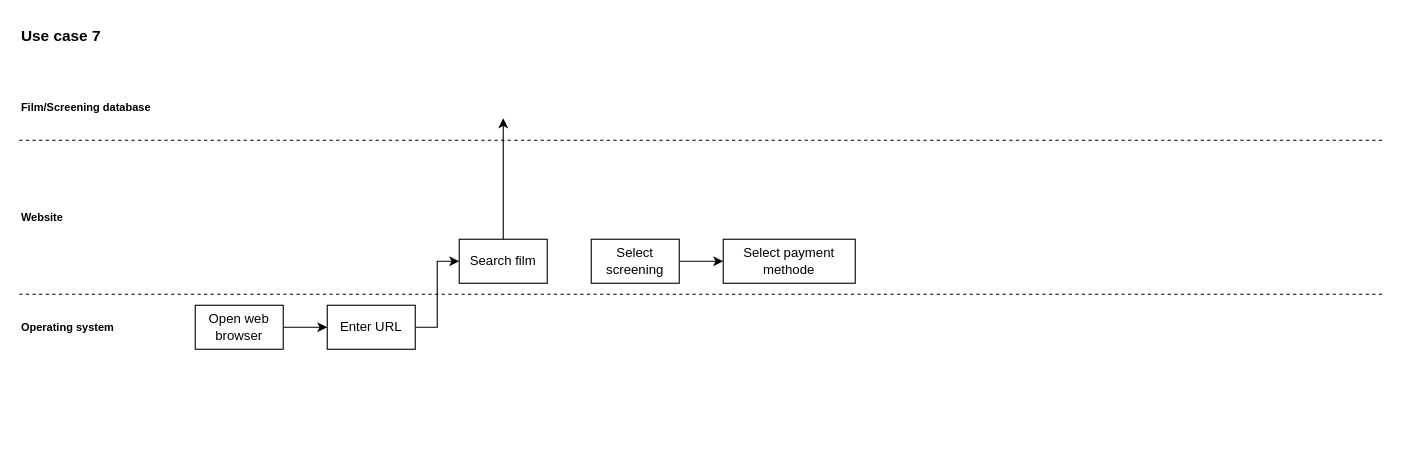
Earlier version of the draw.io diagram Use case 7.drawio (BasGosman-Calco/Business-Analyses). Source tidied: cells renumbered, new cells numbered last; positions are measured from the earlier drawing's top-left corner, leaving out a move shared by most shapes. Both pictures are drawn from the tidied source at 110%, with x=0, y=0 at pixel (19, 19).
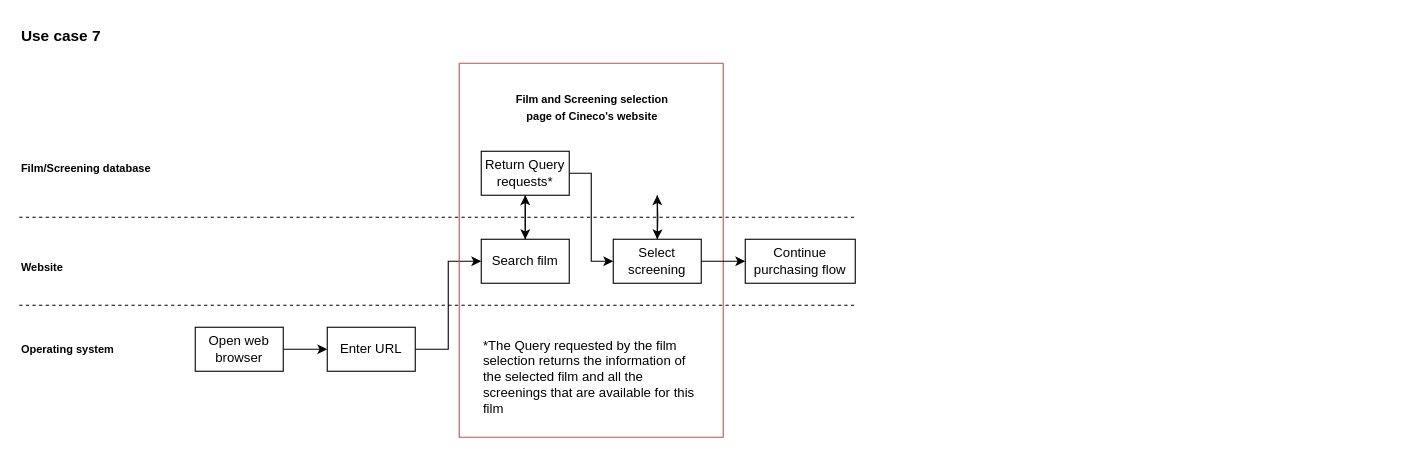
Above is the later version.

The edit, as a diff of the source:
```diff
@@
     <mxCell id="4" value="Open web browser" style="rounded=0;whiteSpace=wrap;html=1;" parent="1" vertex="1">
-      <mxGeometry x="160" y="260" width="80" height="40" as="geometry" />
+      <mxGeometry x="160" y="280" width="80" height="40" as="geometry" />
     </mxCell>
@@
     <mxCell id="6" value="Enter URL" style="rounded=0;whiteSpace=wrap;html=1;" parent="1" vertex="1">
-      <mxGeometry x="280" y="260" width="80" height="40" as="geometry" />
+      <mxGeometry x="280" y="280" width="80" height="40" as="geometry" />
     </mxCell>
-    <mxCell id="7" style="edgeStyle=orthogonalEdgeStyle;rounded=0;jettySize=auto;html=1;" parent="1" edge="1" source="8">
-      <mxGeometry relative="1" as="geometry">
-        <mxPoint x="440" y="90" as="targetPoint" />
-      </mxGeometry>
-    </mxCell>
-    <mxCell id="8" value="Search film" style="rounded=0;whiteSpace=wrap;html=1;" parent="1" vertex="1">
-      <mxGeometry x="400" y="200" width="80" height="40" as="geometry" />
-    </mxCell>
-    <mxCell id="9" style="edgeStyle=orthogonalEdgeStyle;rounded=0;jettySize=auto;html=1;" parent="1" edge="1" source="10" target="11">
-      <mxGeometry relative="1" as="geometry" />
-    </mxCell>
-    <mxCell id="10" value="Select screening" style="rounded=0;whiteSpace=wrap;html=1;" parent="1" vertex="1">
-      <mxGeometry x="520" y="200" width="80" height="40" as="geometry" />
-    </mxCell>
-    <mxCell id="11" value="Select payment methode" style="rounded=0;whiteSpace=wrap;html=1;" parent="1" vertex="1">
-      <mxGeometry x="640" y="200" width="120" height="40" as="geometry" />
-    </mxCell>
     <mxCell id="12" style="endArrow=none;dashed=1;html=1;rounded=0;" parent="1" edge="1">
       <mxGeometry relative="1" as="geometry">
-        <mxPoint y="250" as="sourcePoint" />
-        <mxPoint x="1240" y="250" as="targetPoint" />
+        <mxPoint y="260" as="sourcePoint" />
+        <mxPoint x="760" y="260" as="targetPoint" />
       </mxGeometry>
     </mxCell>
-    <mxCell id="13" style="endArrow=none;dashed=1;html=1;rounded=0;" parent="1" edge="1">
-      <mxGeometry relative="1" as="geometry">
-        <mxPoint y="110" as="sourcePoint" />
-        <mxPoint x="1240" y="110" as="targetPoint" />
-      </mxGeometry>
-    </mxCell>
     <mxCell id="14" value="&lt;font size=&quot;1&quot;&gt;&lt;b&gt;Website&lt;/b&gt;&lt;/font&gt;" style="text;html=1;strokeColor=none;fillColor=none;align=left;verticalAlign=middle;whiteSpace=wrap;rounded=0;" parent="1" vertex="1">
-      <mxGeometry y="165" width="120" height="30" as="geometry" />
+      <mxGeometry y="210" width="120" height="30" as="geometry" />
     </mxCell>
     <mxCell id="15" value="&lt;font size=&quot;1&quot;&gt;&lt;b&gt;Operating system&lt;br&gt;&lt;/b&gt;&lt;/font&gt;" style="text;html=1;strokeColor=none;fillColor=none;align=left;verticalAlign=middle;whiteSpace=wrap;rounded=0;" parent="1" vertex="1">
-      <mxGeometry y="265" width="120" height="30" as="geometry" />
+      <mxGeometry y="285" width="120" height="30" as="geometry" />
     </mxCell>
     <mxCell id="16" value="&lt;font size=&quot;1&quot;&gt;&lt;b&gt;Film/Screening database&lt;br&gt;&lt;/b&gt;&lt;/font&gt;" style="text;html=1;strokeColor=none;fillColor=none;align=left;verticalAlign=middle;whiteSpace=wrap;rounded=0;" parent="1" vertex="1">
-      <mxGeometry y="65" width="120" height="30" as="geometry" />
+      <mxGeometry y="120" width="120" height="30" as="geometry" />
     </mxCell>
+    <mxCell id="17" style="swimlane;startSize=0;fillColor=#FF9999;strokeColor=#b85450;gradientColor=none;" parent="1" vertex="1">
+      <mxGeometry x="400" y="40" width="240" height="340" as="geometry" />
+    </mxCell>
+    <mxCell id="8" value="Search film" style="rounded=0;whiteSpace=wrap;html=1;" parent="17" vertex="1">
+      <mxGeometry x="20" y="160" width="80" height="40" as="geometry" />
+    </mxCell>
+    <mxCell id="18" style="edgeStyle=orthogonalEdgeStyle;rounded=0;jettySize=auto;html=1;entryX=0.5;entryY=1;entryDx=0;entryDy=0;" parent="17" edge="1" source="10">
+      <mxGeometry relative="1" as="geometry">
+        <mxPoint x="180" y="120" as="targetPoint" />
+      </mxGeometry>
+    </mxCell>
+    <mxCell id="10" value="Select screening" style="rounded=0;whiteSpace=wrap;html=1;" parent="17" vertex="1">
+      <mxGeometry x="140" y="160" width="80" height="40" as="geometry" />
+    </mxCell>
+    <mxCell id="11" value="Continue purchasing flow" style="rounded=0;whiteSpace=wrap;html=1;" parent="17" vertex="1">
+      <mxGeometry x="260" y="160" width="100" height="40" as="geometry" />
+    </mxCell>
+    <mxCell id="9" style="edgeStyle=orthogonalEdgeStyle;rounded=0;jettySize=auto;html=1;" parent="17" edge="1" source="10" target="11">
+      <mxGeometry relative="1" as="geometry" />
+    </mxCell>
+    <mxCell id="19" style="edgeStyle=orthogonalEdgeStyle;rounded=0;jettySize=auto;html=1;entryX=0;entryY=0.5;entryDx=0;entryDy=0;" parent="17" edge="1" source="21" target="10">
+      <mxGeometry relative="1" as="geometry" />
+    </mxCell>
+    <mxCell id="20" style="edgeStyle=orthogonalEdgeStyle;rounded=0;jettySize=auto;html=1;" parent="17" edge="1" source="21" target="8">
+      <mxGeometry relative="1" as="geometry" />
+    </mxCell>
+    <mxCell id="21" value="Return Query requests*" style="rounded=0;whiteSpace=wrap;html=1;" parent="17" vertex="1">
+      <mxGeometry x="20" y="80" width="80" height="40" as="geometry" />
+    </mxCell>
+    <mxCell id="22" style="edgeStyle=orthogonalEdgeStyle;rounded=0;jettySize=auto;html=1;entryX=0.5;entryY=1;entryDx=0;entryDy=0;" parent="17" edge="1" source="8" target="21">
+      <mxGeometry relative="1" as="geometry" />
+    </mxCell>
+    <mxCell id="13" style="endArrow=none;dashed=1;html=1;rounded=0;" parent="17" edge="1">
+      <mxGeometry relative="1" as="geometry">
+        <mxPoint x="-400" y="140" as="sourcePoint" />
+        <mxPoint x="360" y="140" as="targetPoint" />
+      </mxGeometry>
+    </mxCell>
+    <mxCell id="23" value="&lt;div align=&quot;center&quot;&gt;&lt;font size=&quot;1&quot;&gt;&lt;b&gt;Film and Screening selection page of Cineco's website&lt;/b&gt;&lt;/font&gt;&lt;br&gt;&lt;/div&gt;" style="text;html=1;strokeColor=none;fillColor=none;align=left;verticalAlign=middle;whiteSpace=wrap;rounded=0;" parent="17" vertex="1">
+      <mxGeometry x="40" y="20" width="160" height="40" as="geometry" />
+    </mxCell>
+    <mxCell id="24" style="edgeStyle=orthogonalEdgeStyle;rounded=0;jettySize=auto;html=1;entryX=0.5;entryY=0;entryDx=0;entryDy=0;" parent="17" edge="1" target="10">
+      <mxGeometry relative="1" as="geometry">
+        <mxPoint x="180" y="120" as="sourcePoint" />
+      </mxGeometry>
+    </mxCell>
+    <mxCell id="25" value="&lt;div align=&quot;left&quot;&gt;*The Query requested by the film selection returns the information of the selected film and all the screenings that are available for this film&lt;br&gt;&lt;/div&gt;" style="text;html=1;strokeColor=none;fillColor=none;align=left;verticalAlign=middle;whiteSpace=wrap;rounded=0;" parent="17" vertex="1">
+      <mxGeometry x="20" y="240" width="200" height="90" as="geometry" />
+    </mxCell>
```
